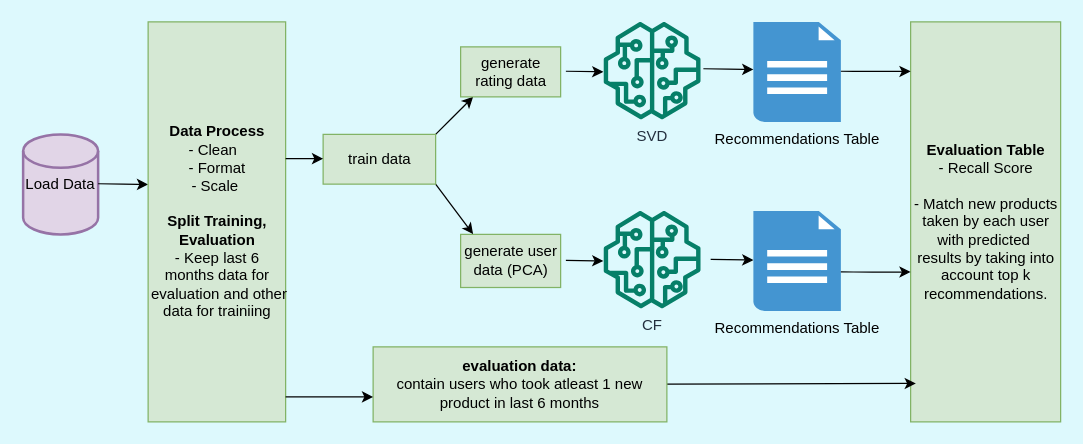
umushtaq1990/ProductRecommendationSystem keeps this draw.io diagram as documentation/workflow.drawio. Above is the earlier version. Source tidied: cells renumbered, new cells numbered last; positions are measured from the earlier drawing's top-left corner, leaving out a move shared by most shapes. Both pictures are drawn from the tidied source at 125%, with x=0, y=0 at pixel (22, 21).
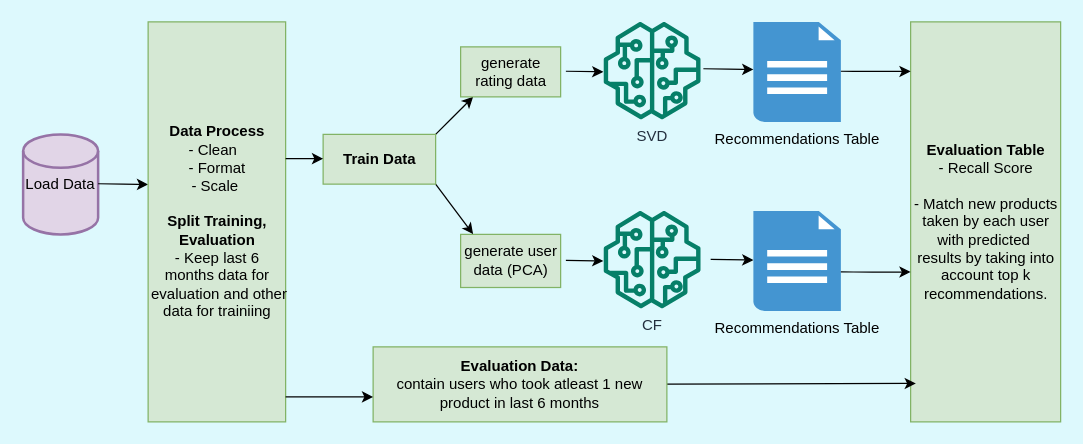
The same page after the edit.

Diff of the diagram source:
```diff
@@
-    <mxCell id="15" value="train data" style="html=1;dashed=0;whitespace=wrap;fillColor=#d5e8d4;strokeColor=#82b366;" parent="1" vertex="1">
+    <mxCell id="15" value="&lt;b&gt;Train Data&lt;/b&gt;" style="html=1;dashed=0;whitespace=wrap;fillColor=#d5e8d4;strokeColor=#82b366;" parent="1" vertex="1">
       <mxGeometry x="240" y="90" width="90" height="39.8" as="geometry" />
     </mxCell>
@@
-    <mxCell id="22" value="&lt;span style=&quot;&quot;&gt;&lt;b&gt;evaluation data: &lt;/b&gt;&lt;br&gt;contain users who took atleast 1 new product in last 6 months&lt;/span&gt;" style="whiteSpace=wrap;html=1;fillColor=#d5e8d4;strokeColor=#82b366;dashed=0;" parent="1" vertex="1">
+    <mxCell id="22" value="&lt;span style=&quot;&quot;&gt;&lt;b&gt;Evaluation Data: &lt;/b&gt;&lt;br&gt;contain users who took atleast 1 new product in last 6 months&lt;/span&gt;" style="whiteSpace=wrap;html=1;fillColor=#d5e8d4;strokeColor=#82b366;dashed=0;" parent="1" vertex="1">
       <mxGeometry x="280" y="260" width="235" height="60" as="geometry" />
     </mxCell>
```
